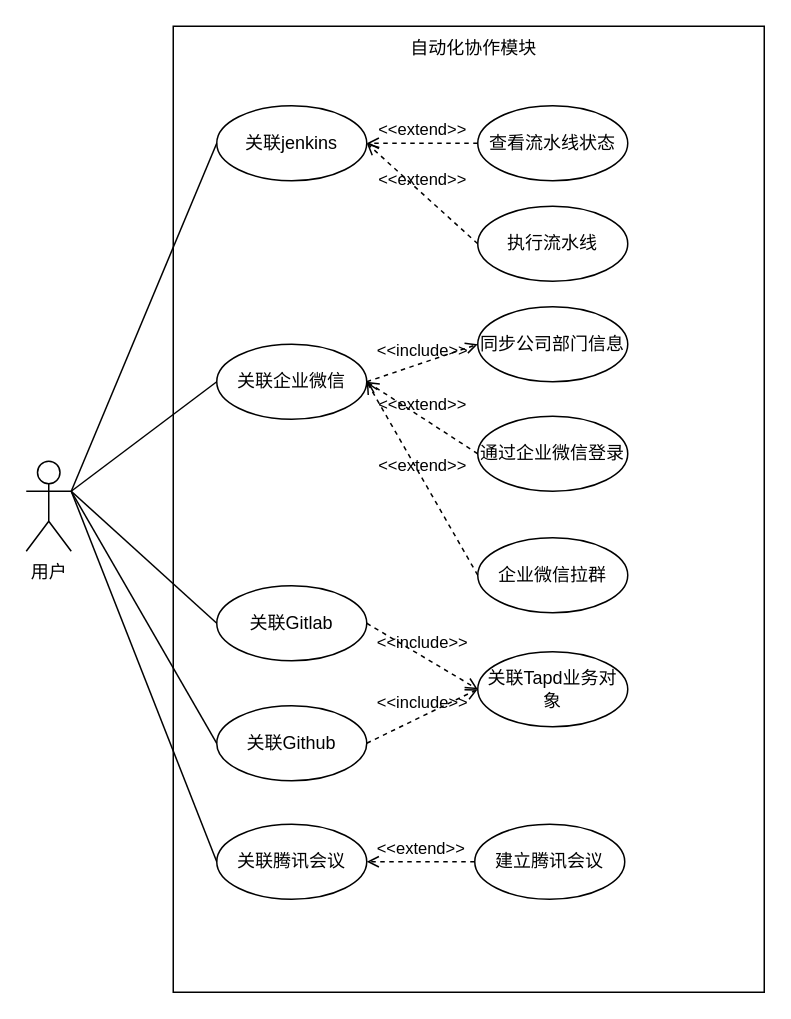
This is 自动化协作模块用例图.drawio from qf2020/drawio, a draw.io file, before an edit. Source tidied: cells renumbered, new cells numbered last; positions are measured from the earlier drawing's top-left corner, leaving out a move shared by most shapes. Both pictures are drawn from the tidied source at 150%, with x=0, y=0 at pixel (26, 26).
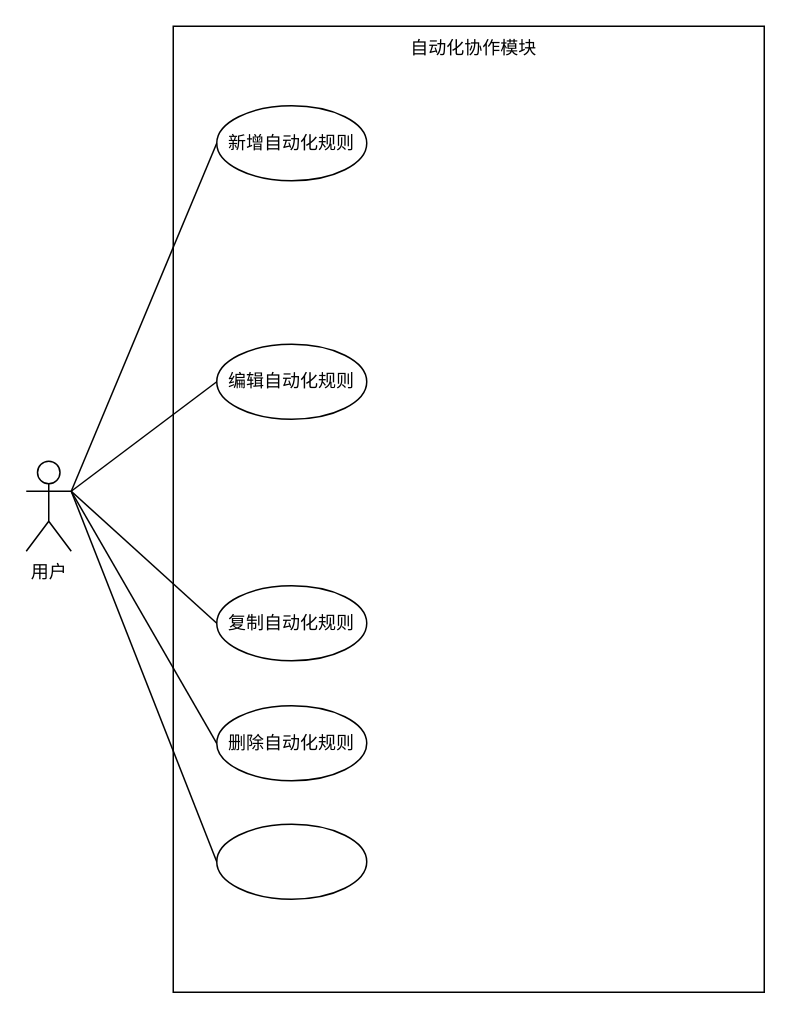
Above is the later version.

Commit message (it also covers changes not shown here):
更新自动化协作模块用例图.drawio

Diff of the diagram source:
```diff
@@
-    <mxCell id="5" value="同步公司部门信息" style="ellipse;whiteSpace=wrap;html=1;" parent="1" vertex="1">
-      <mxGeometry x="301" y="187" width="100" height="50" as="geometry" />
-    </mxCell>
-    <mxCell id="6" value="关联企业微信" style="ellipse;whiteSpace=wrap;html=1;" parent="1" vertex="1">
+    <mxCell id="6" value="编辑自动化规则" style="ellipse;whiteSpace=wrap;html=1;" parent="1" vertex="1">
       <mxGeometry x="127" y="212" width="100" height="50" as="geometry" />
     </mxCell>
-    <mxCell id="7" value="关联腾讯会议" style="ellipse;whiteSpace=wrap;html=1;" parent="1" vertex="1">
+    <mxCell id="7" style="ellipse;whiteSpace=wrap;html=1;" parent="1" vertex="1">
       <mxGeometry x="127" y="532" width="100" height="50" as="geometry" />
     </mxCell>
@@
-    <mxCell id="9" value="查看流水线状态" style="ellipse;whiteSpace=wrap;html=1;" parent="1" vertex="1">
-      <mxGeometry x="301" y="53" width="100" height="50" as="geometry" />
-    </mxCell>
@@
-    <mxCell id="11" value="关联jenkins" style="ellipse;whiteSpace=wrap;html=1;" parent="1" vertex="1">
+    <mxCell id="11" value="新增自动化规则" style="ellipse;whiteSpace=wrap;html=1;" parent="1" vertex="1">
       <mxGeometry x="127" y="53" width="100" height="50" as="geometry" />
     </mxCell>
-    <mxCell id="12" value="关联Github" style="ellipse;whiteSpace=wrap;html=1;" parent="1" vertex="1">
+    <mxCell id="12" value="删除自动化规则" style="ellipse;whiteSpace=wrap;html=1;" parent="1" vertex="1">
       <mxGeometry x="127" y="453" width="100" height="50" as="geometry" />
     </mxCell>
-    <mxCell id="13" value="关联Gitlab" style="ellipse;whiteSpace=wrap;html=1;" parent="1" vertex="1">
+    <mxCell id="13" value="复制自动化规则" style="ellipse;whiteSpace=wrap;html=1;" parent="1" vertex="1">
       <mxGeometry x="127" y="373" width="100" height="50" as="geometry" />
     </mxCell>
-    <mxCell id="14" value="执行流水线" style="ellipse;whiteSpace=wrap;html=1;" parent="1" vertex="1">
-      <mxGeometry x="301" y="120" width="100" height="50" as="geometry" />
-    </mxCell>
-    <mxCell id="15" value="通过企业微信登录" style="ellipse;whiteSpace=wrap;html=1;" parent="1" vertex="1">
-      <mxGeometry x="301" y="260" width="100" height="50" as="geometry" />
-    </mxCell>
-    <mxCell id="16" value="企业微信拉群" style="ellipse;whiteSpace=wrap;html=1;" parent="1" vertex="1">
-      <mxGeometry x="301" y="341" width="100" height="50" as="geometry" />
-    </mxCell>
-    <mxCell id="17" value="关联Tapd业务对象" style="ellipse;whiteSpace=wrap;html=1;" parent="1" vertex="1">
-      <mxGeometry x="301" y="417" width="100" height="50" as="geometry" />
-    </mxCell>
-    <mxCell id="18" value="建立腾讯会议" style="ellipse;whiteSpace=wrap;html=1;" parent="1" vertex="1">
-      <mxGeometry x="299" y="532" width="100" height="50" as="geometry" />
-    </mxCell>
-    <mxCell id="19" value="&amp;lt;&amp;lt;include&amp;gt;&amp;gt;" style="html=1;verticalAlign=bottom;labelBackgroundColor=none;endArrow=open;endFill=0;dashed=1;rounded=0;exitX=1;exitY=0.5;exitDx=0;exitDy=0;entryX=0;entryY=0.5;entryDx=0;entryDy=0;" parent="1" edge="1" source="6" target="5">
-      <mxGeometry relative="1" as="geometry" />
-    </mxCell>
-    <mxCell id="20" value="&amp;lt;&amp;lt;include&amp;gt;&amp;gt;" style="html=1;verticalAlign=bottom;labelBackgroundColor=none;endArrow=open;endFill=0;dashed=1;rounded=0;exitX=1;exitY=0.5;exitDx=0;exitDy=0;entryX=0;entryY=0.5;entryDx=0;entryDy=0;" parent="1" edge="1" source="13" target="17">
-      <mxGeometry relative="1" as="geometry" />
-    </mxCell>
-    <mxCell id="21" value="&amp;lt;&amp;lt;include&amp;gt;&amp;gt;" style="html=1;verticalAlign=bottom;labelBackgroundColor=none;endArrow=open;endFill=0;dashed=1;rounded=0;exitX=1;exitY=0.5;exitDx=0;exitDy=0;entryX=0;entryY=0.5;entryDx=0;entryDy=0;" parent="1" edge="1" source="12" target="17">
-      <mxGeometry relative="1" as="geometry" />
-    </mxCell>
-    <mxCell id="22" value="&amp;lt;&amp;lt;extend&amp;gt;&amp;gt;" style="html=1;verticalAlign=bottom;labelBackgroundColor=none;endArrow=open;endFill=0;dashed=1;rounded=0;exitX=0;exitY=0.5;exitDx=0;exitDy=0;entryX=1;entryY=0.5;entryDx=0;entryDy=0;" parent="1" edge="1" source="9" target="11">
-      <mxGeometry relative="1" as="geometry" />
-    </mxCell>
-    <mxCell id="23" value="&amp;lt;&amp;lt;extend&amp;gt;&amp;gt;" style="html=1;verticalAlign=bottom;labelBackgroundColor=none;endArrow=open;endFill=0;dashed=1;rounded=0;exitX=0;exitY=0.5;exitDx=0;exitDy=0;entryX=1;entryY=0.5;entryDx=0;entryDy=0;" parent="1" edge="1" source="14" target="11">
-      <mxGeometry relative="1" as="geometry" />
-    </mxCell>
-    <mxCell id="24" value="&amp;lt;&amp;lt;extend&amp;gt;&amp;gt;" style="html=1;verticalAlign=bottom;labelBackgroundColor=none;endArrow=open;endFill=0;dashed=1;rounded=0;exitX=0;exitY=0.5;exitDx=0;exitDy=0;entryX=1;entryY=0.5;entryDx=0;entryDy=0;" parent="1" edge="1" source="15" target="6">
-      <mxGeometry relative="1" as="geometry" />
-    </mxCell>
-    <mxCell id="25" value="&amp;lt;&amp;lt;extend&amp;gt;&amp;gt;" style="html=1;verticalAlign=bottom;labelBackgroundColor=none;endArrow=open;endFill=0;dashed=1;rounded=0;entryX=1;entryY=0.5;entryDx=0;entryDy=0;exitX=0;exitY=0.5;exitDx=0;exitDy=0;" parent="1" edge="1" source="16" target="6">
-      <mxGeometry relative="1" as="geometry" />
-    </mxCell>
-    <mxCell id="26" value="&amp;lt;&amp;lt;extend&amp;gt;&amp;gt;" style="html=1;verticalAlign=bottom;labelBackgroundColor=none;endArrow=open;endFill=0;dashed=1;rounded=0;entryX=1;entryY=0.5;entryDx=0;entryDy=0;exitX=0;exitY=0.5;exitDx=0;exitDy=0;" parent="1" edge="1" source="18" target="7">
-      <mxGeometry relative="1" as="geometry" />
-    </mxCell>
```
